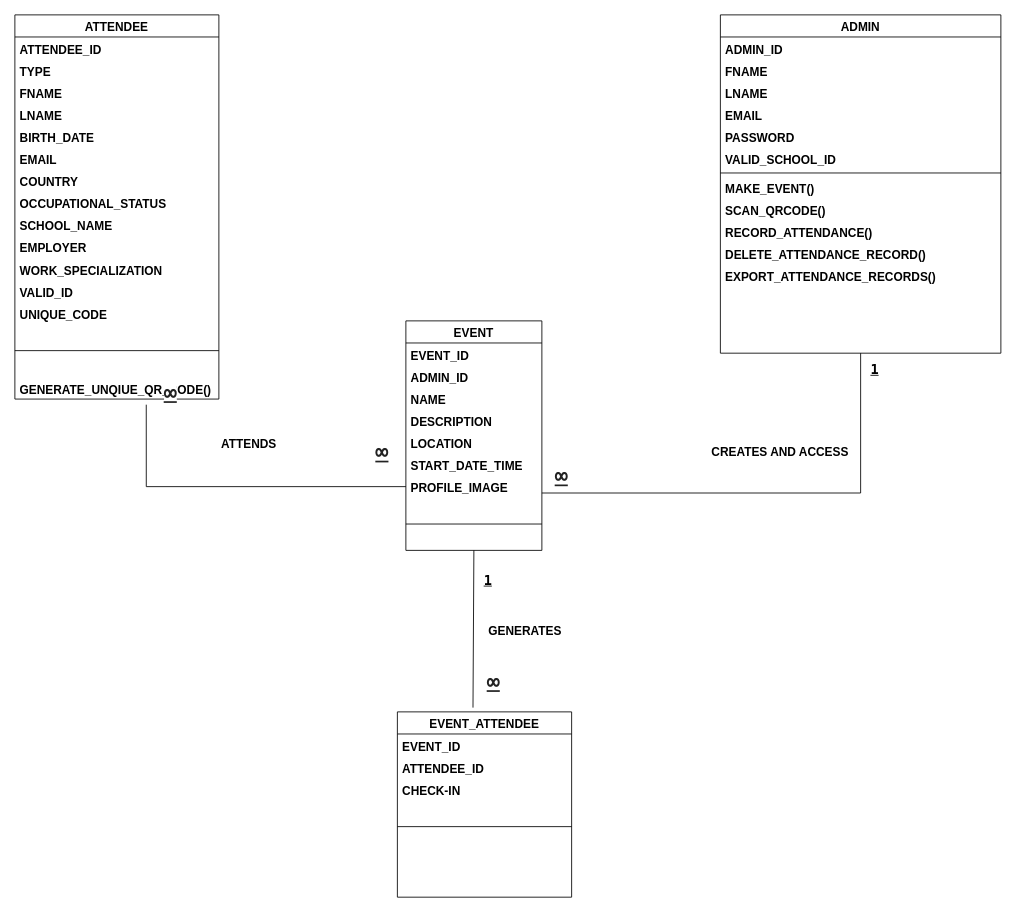
This is system-data-flow-diagram-using_UML.drawio from JEIT25/CSUCC-QRConnect-Streamlined-Academic-Event-Sign-in-System, a draw.io file, before an edit. Source tidied: cells renumbered, new cells numbered last; positions are measured from the earlier drawing's top-left corner, leaving out a move shared by most shapes. Both pictures are drawn from the tidied source at 85%, with x=0, y=0 at pixel (14, 14).
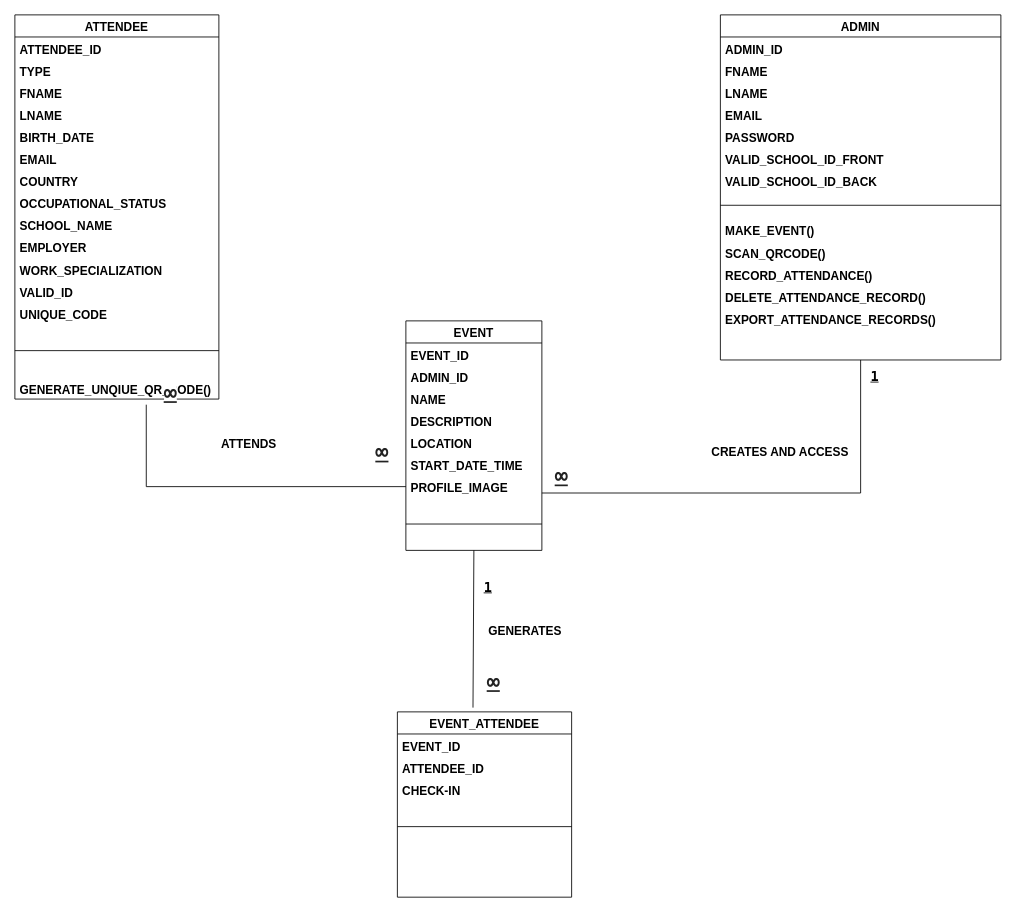
The same page after the edit.

Diff of the diagram source:
```diff
@@
     <mxCell id="2" value="ADMIN" style="swimlane;fontStyle=1;align=center;verticalAlign=top;horizontal=1;startSize=26;rounded=0;shadow=0;strokeWidth=1;fontSize=14;" parent="1" vertex="1">
-      <mxGeometry x="830" width="330" height="398" as="geometry" />
+      <mxGeometry x="830" width="330" height="406" as="geometry" />
     </mxCell>
@@
-    <mxCell id="8" value="VALID_SCHOOL_ID" style="text;align=left;verticalAlign=top;spacingLeft=4;spacingRight=4;overflow=hidden;rounded=0;shadow=0;html=0;fontStyle=1;fontSize=14;" parent="2" vertex="1">
+    <mxCell id="8" value="VALID_SCHOOL_ID_FRONT" style="text;align=left;verticalAlign=top;spacingLeft=4;spacingRight=4;overflow=hidden;rounded=0;shadow=0;html=0;fontStyle=1;fontSize=14;" parent="2" vertex="1">
       <mxGeometry y="156" width="330" height="26" as="geometry" />
     </mxCell>
+    <mxCell id="57" value="VALID_SCHOOL_ID_BACK" style="text;align=left;verticalAlign=top;spacingLeft=4;spacingRight=4;overflow=hidden;rounded=0;shadow=0;html=0;fontStyle=1;fontSize=14;" parent="2" vertex="1">
+      <mxGeometry y="182" width="330" height="26" as="geometry" />
+    </mxCell>
     <mxCell id="9" style="line;html=1;strokeWidth=1;align=left;verticalAlign=middle;spacingTop=-1;spacingLeft=3;spacingRight=3;labelPosition=right;fontStyle=1;fontSize=14;" parent="2" vertex="1">
-      <mxGeometry y="182" width="330" height="8" as="geometry" />
+      <mxGeometry y="208" width="330" height="32" as="geometry" />
     </mxCell>
     <mxCell id="10" value="MAKE_EVENT()" style="text;align=left;verticalAlign=top;spacingLeft=4;spacingRight=4;overflow=hidden;rounded=0;shadow=0;html=0;fontStyle=1;fontSize=14;" parent="2" vertex="1">
-      <mxGeometry y="190" width="330" height="26" as="geometry" />
+      <mxGeometry y="240" width="330" height="26" as="geometry" />
     </mxCell>
     <mxCell id="11" value="SCAN_QRCODE()" style="text;align=left;verticalAlign=top;spacingLeft=4;spacingRight=4;overflow=hidden;rounded=0;shadow=0;html=0;fontStyle=1;fontSize=14;" parent="2" vertex="1">
-      <mxGeometry y="216" width="330" height="26" as="geometry" />
+      <mxGeometry y="266" width="330" height="26" as="geometry" />
     </mxCell>
     <mxCell id="12" value="RECORD_ATTENDANCE()" style="text;align=left;verticalAlign=top;spacingLeft=4;spacingRight=4;overflow=hidden;rounded=0;shadow=0;html=0;fontStyle=1;fontSize=14;" parent="2" vertex="1">
-      <mxGeometry y="242" width="330" height="26" as="geometry" />
+      <mxGeometry y="292" width="330" height="26" as="geometry" />
     </mxCell>
     <mxCell id="13" value="DELETE_ATTENDANCE_RECORD()" style="text;align=left;verticalAlign=top;spacingLeft=4;spacingRight=4;overflow=hidden;rounded=0;shadow=0;html=0;fontStyle=1;fontSize=14;" parent="2" vertex="1">
-      <mxGeometry y="268" width="330" height="26" as="geometry" />
+      <mxGeometry y="318" width="330" height="26" as="geometry" />
     </mxCell>
     <mxCell id="14" value="EXPORT_ATTENDANCE_RECORDS()" style="text;align=left;verticalAlign=top;spacingLeft=4;spacingRight=4;overflow=hidden;rounded=0;shadow=0;html=0;fontStyle=1;fontSize=14;" parent="2" vertex="1">
-      <mxGeometry y="294" width="330" height="26" as="geometry" />
+      <mxGeometry y="344" width="330" height="26" as="geometry" />
     </mxCell>
```
